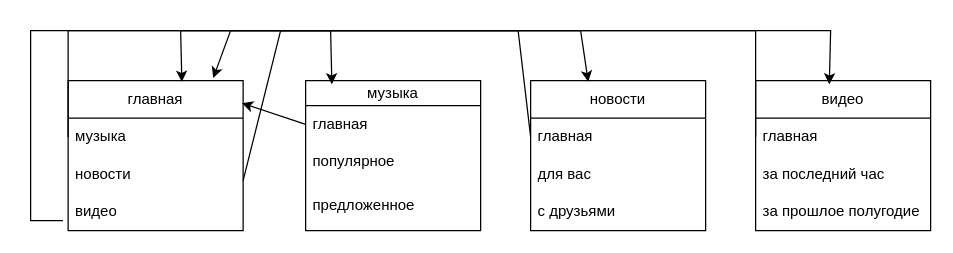
Above: схема.drawio in Danila7926/Algoritmkukushkin (draw.io), before the change. Source tidied: cells renumbered, new cells numbered last; positions are measured from the earlier drawing's top-left corner, leaving out a move shared by most shapes. Both pictures are drawn from the tidied source at 125%, with x=0, y=0 at pixel (30, 30).
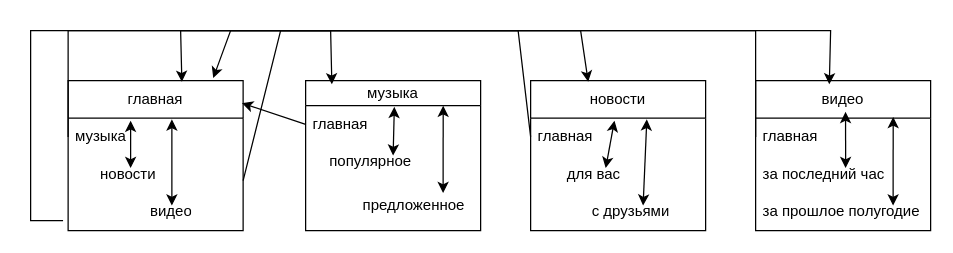
After the change.

Unchanged cells that the change refers to:
```xml
<mxCell id="2" value="главная" style="swimlane;fontStyle=0;horizontal=1;startSize=30;whiteSpace=wrap;html=1;" parent="1" vertex="1">
  <mxGeometry x="30" y="40" width="140" height="120" as="geometry" />
</mxCell>
<mxCell id="3" value="музыка" style="text;strokeColor=none;fillColor=none;align=left;verticalAlign=middle;spacingLeft=4;spacingRight=4;overflow=hidden;points=[[0,0.5],[1,0.5]];portConstraint=eastwest;whiteSpace=wrap;html=1;" parent="2" vertex="1">
  <mxGeometry y="30" width="140" height="30" as="geometry" />
</mxCell>
<mxCell id="6" value="музыка" style="swimlane;fontStyle=0;horizontal=1;startSize=20;whiteSpace=wrap;html=1;" parent="1" vertex="1">
  <mxGeometry x="220" y="40" width="140" height="120" as="geometry" />
</mxCell>
<mxCell id="7" value="главная" style="text;strokeColor=none;fillColor=none;align=left;verticalAlign=middle;spacingLeft=4;spacingRight=4;overflow=hidden;points=[[0,0.5],[1,0.5]];portConstraint=eastwest;whiteSpace=wrap;html=1;" parent="6" vertex="1">
  <mxGeometry y="20" width="140" height="30" as="geometry" />
</mxCell>
<mxCell id="10" value="новости" style="swimlane;fontStyle=0;horizontal=1;startSize=30;whiteSpace=wrap;html=1;" parent="1" vertex="1">
  <mxGeometry x="400" y="40" width="140" height="120" as="geometry" />
</mxCell>
<mxCell id="11" value="главная" style="text;strokeColor=none;fillColor=none;align=left;verticalAlign=middle;spacingLeft=4;spacingRight=4;overflow=hidden;points=[[0,0.5],[1,0.5]];portConstraint=eastwest;whiteSpace=wrap;html=1;" parent="10" vertex="1">
  <mxGeometry y="30" width="140" height="30" as="geometry" />
</mxCell>
<mxCell id="14" value="видео" style="swimlane;fontStyle=0;horizontal=1;startSize=30;whiteSpace=wrap;html=1;" parent="1" vertex="1">
  <mxGeometry x="580" y="40" width="140" height="120" as="geometry" />
</mxCell>
<mxCell id="15" value="главная" style="text;strokeColor=none;fillColor=none;align=left;verticalAlign=middle;spacingLeft=4;spacingRight=4;overflow=hidden;points=[[0,0.5],[1,0.5]];portConstraint=eastwest;whiteSpace=wrap;html=1;" parent="14" vertex="1">
  <mxGeometry y="30" width="140" height="30" as="geometry" />
</mxCell>
```

Change to the diagram source:
```diff
@@
+    <mxCell id="24" style="endArrow=classic;startArrow=classic;html=1;rounded=0;entryX=0.357;entryY=0.067;entryDx=0;entryDy=0;entryPerimeter=0;" parent="2" edge="1" target="3">
+      <mxGeometry relative="1" as="geometry">
+        <mxPoint x="50" y="70" as="sourcePoint" />
+      </mxGeometry>
+    </mxCell>
@@
+    <mxCell id="25" style="endArrow=classic;startArrow=classic;html=1;rounded=0;entryX=0.593;entryY=0.033;entryDx=0;entryDy=0;entryPerimeter=0;" parent="2" edge="1" target="3">
+      <mxGeometry relative="1" as="geometry">
+        <mxPoint x="83" y="100" as="sourcePoint" />
+      </mxGeometry>
+    </mxCell>
-    <mxCell id="4" value="новости" style="text;strokeColor=none;fillColor=none;align=left;verticalAlign=middle;spacingLeft=4;spacingRight=4;overflow=hidden;whiteSpace=wrap;html=1;" parent="2" vertex="1">
+    <mxCell id="4" value="&amp;nbsp; &amp;nbsp; &amp;nbsp; новости" style="text;strokeColor=none;fillColor=none;align=left;verticalAlign=middle;spacingLeft=4;spacingRight=4;overflow=hidden;whiteSpace=wrap;html=1;" parent="2" vertex="1">
       <mxGeometry y="60" width="140" height="30" as="geometry" />
     </mxCell>
-    <mxCell id="5" value="видео" style="text;strokeColor=none;fillColor=none;align=left;verticalAlign=middle;spacingLeft=4;spacingRight=4;overflow=hidden;points=[[0,0.5],[1,0.5]];portConstraint=eastwest;whiteSpace=wrap;html=1;" parent="2" vertex="1">
+    <mxCell id="5" value="&amp;nbsp; &amp;nbsp; &amp;nbsp; &amp;nbsp; &amp;nbsp; &amp;nbsp; &amp;nbsp; &amp;nbsp; &amp;nbsp; видео" style="text;strokeColor=none;fillColor=none;align=left;verticalAlign=middle;spacingLeft=4;spacingRight=4;overflow=hidden;points=[[0,0.5],[1,0.5]];portConstraint=eastwest;whiteSpace=wrap;html=1;" parent="2" vertex="1">
       <mxGeometry y="90" width="140" height="30" as="geometry" />
     </mxCell>
@@
+    <mxCell id="26" style="endArrow=classic;startArrow=classic;html=1;rounded=0;entryX=0.507;entryY=0.033;entryDx=0;entryDy=0;entryPerimeter=0;" parent="6" edge="1" target="7">
+      <mxGeometry relative="1" as="geometry">
+        <mxPoint x="70" y="60" as="sourcePoint" />
+      </mxGeometry>
+    </mxCell>
@@
+    <mxCell id="27" style="endArrow=classic;startArrow=classic;html=1;rounded=0;entryX=0.786;entryY=0;entryDx=0;entryDy=0;entryPerimeter=0;" parent="6" edge="1" target="7">
+      <mxGeometry relative="1" as="geometry">
+        <mxPoint x="110" y="90" as="sourcePoint" />
+      </mxGeometry>
+    </mxCell>
-    <mxCell id="8" value="популярное" style="text;strokeColor=none;fillColor=none;align=left;verticalAlign=middle;spacingLeft=4;spacingRight=4;overflow=hidden;whiteSpace=wrap;html=1;" parent="6" vertex="1">
+    <mxCell id="8" value="&amp;nbsp; &amp;nbsp; популярное" style="text;strokeColor=none;fillColor=none;align=left;verticalAlign=middle;spacingLeft=4;spacingRight=4;overflow=hidden;whiteSpace=wrap;html=1;" parent="6" vertex="1">
       <mxGeometry y="50" width="140" height="30" as="geometry" />
     </mxCell>
-    <mxCell id="9" value="предложенное" style="text;strokeColor=none;fillColor=none;align=left;verticalAlign=middle;spacingLeft=4;spacingRight=4;overflow=hidden;whiteSpace=wrap;html=1;" parent="6" vertex="1">
+    <mxCell id="9" value="&amp;nbsp; &amp;nbsp; &amp;nbsp; &amp;nbsp; &amp;nbsp; &amp;nbsp; предложенное" style="text;strokeColor=none;fillColor=none;align=left;verticalAlign=middle;spacingLeft=4;spacingRight=4;overflow=hidden;whiteSpace=wrap;html=1;" parent="6" vertex="1">
       <mxGeometry y="80" width="140" height="40" as="geometry" />
     </mxCell>
@@
+    <mxCell id="28" style="endArrow=classic;startArrow=classic;html=1;rounded=0;exitX=0.429;exitY=0.333;exitDx=0;exitDy=0;exitPerimeter=0;entryX=0.479;entryY=0.067;entryDx=0;entryDy=0;entryPerimeter=0;" parent="10" edge="1" source="12" target="11">
+      <mxGeometry relative="1" as="geometry" />
+    </mxCell>
@@
+    <mxCell id="29" style="endArrow=classic;startArrow=classic;html=1;rounded=0;entryX=0.664;entryY=0.033;entryDx=0;entryDy=0;entryPerimeter=0;" parent="10" edge="1" target="11">
+      <mxGeometry relative="1" as="geometry">
+        <mxPoint x="90" y="100" as="sourcePoint" />
+      </mxGeometry>
+    </mxCell>
-    <mxCell id="12" value="для вас" style="text;strokeColor=none;fillColor=none;align=left;verticalAlign=middle;spacingLeft=4;spacingRight=4;overflow=hidden;points=[[0,0.5],[1,0.5]];portConstraint=eastwest;whiteSpace=wrap;html=1;" parent="10" vertex="1">
+    <mxCell id="12" value="&amp;nbsp; &amp;nbsp; &amp;nbsp; &amp;nbsp;для вас" style="text;strokeColor=none;fillColor=none;align=left;verticalAlign=middle;spacingLeft=4;spacingRight=4;overflow=hidden;points=[[0,0.5],[1,0.5]];portConstraint=eastwest;whiteSpace=wrap;html=1;" parent="10" vertex="1">
       <mxGeometry y="60" width="140" height="30" as="geometry" />
     </mxCell>
-    <mxCell id="13" value="с друзьями" style="text;strokeColor=none;fillColor=none;align=left;verticalAlign=middle;spacingLeft=4;spacingRight=4;overflow=hidden;whiteSpace=wrap;html=1;" parent="10" vertex="1">
+    <mxCell id="13" value="&amp;nbsp; &amp;nbsp; &amp;nbsp; &amp;nbsp; &amp;nbsp; &amp;nbsp; &amp;nbsp;с друзьями" style="text;strokeColor=none;fillColor=none;align=left;verticalAlign=middle;spacingLeft=4;spacingRight=4;overflow=hidden;whiteSpace=wrap;html=1;" parent="10" vertex="1">
       <mxGeometry y="90" width="140" height="30" as="geometry" />
     </mxCell>
@@
+    <mxCell id="30" style="endArrow=classic;startArrow=classic;html=1;rounded=0;entryX=0.514;entryY=-0.167;entryDx=0;entryDy=0;entryPerimeter=0;" parent="14" edge="1" target="15">
+      <mxGeometry relative="1" as="geometry">
+        <mxPoint x="72" y="70" as="sourcePoint" />
+      </mxGeometry>
+    </mxCell>
@@
+    <mxCell id="31" style="endArrow=classic;startArrow=classic;html=1;rounded=0;entryX=0.786;entryY=-0.033;entryDx=0;entryDy=0;entryPerimeter=0;" parent="14" edge="1" target="15">
+      <mxGeometry relative="1" as="geometry">
+        <mxPoint x="110" y="100" as="sourcePoint" />
+      </mxGeometry>
+    </mxCell>
```
